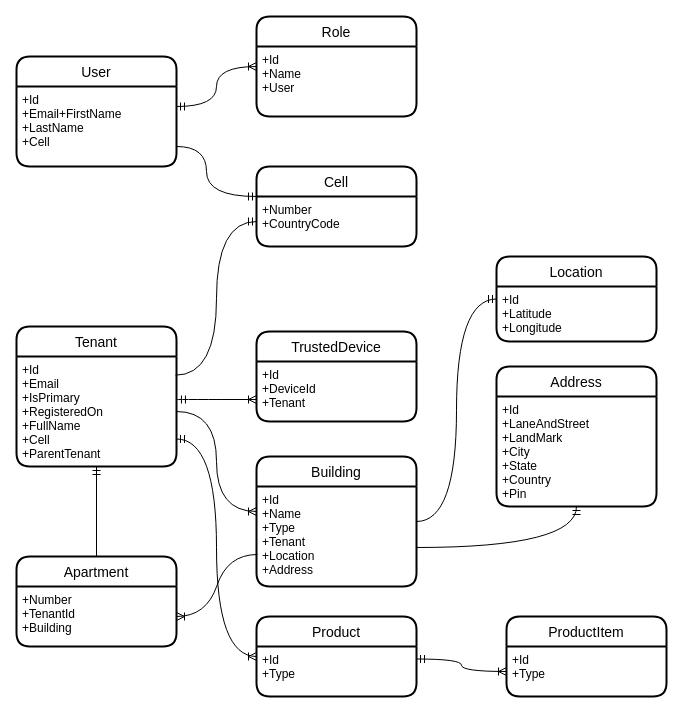
Before: page "DatabaseSchema" (10 of 10) of notes/ArchitecturalDiagrams.drawio in aniruddhand/ciot-capstone, a draw.io diagram. Source tidied: cells renumbered, new cells numbered last; positions are measured from the earlier drawing's top-left corner, leaving out a move shared by most shapes. Both pictures are drawn from the tidied source at 100%, with x=0, y=0 at pixel (16, 16).
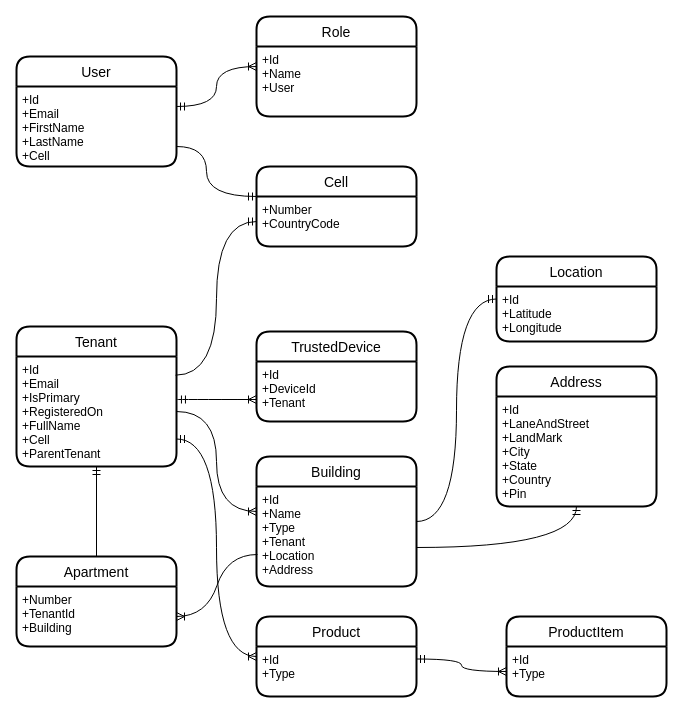
The same page after the edit.

Unchanged cells that the change refers to:
```xml
<mxCell id="4" value="User" style="swimlane;horizontal=1;startSize=30;rounded=1;fontSize=14;fontStyle=0;strokeWidth=2;shadow=0;dashed=0;align=center;" parent="1" vertex="1">
  <mxGeometry y="40" width="160" height="110" as="geometry" />
</mxCell>
```

Change to the diagram source:
```diff
@@
-    <mxCell id="5" value="+Id&#10;+Email+FirstName&#10;+LastName&#10;+Cell&#10;" style="align=left;strokeColor=none;fillColor=none;spacingLeft=4;fontSize=12;verticalAlign=top;" parent="4" vertex="1">
+    <mxCell id="5" value="+Id&#10;+Email&#10;+FirstName&#10;+LastName&#10;+Cell&#10;" style="align=left;strokeColor=none;fillColor=none;spacingLeft=4;fontSize=12;verticalAlign=top;" parent="4" vertex="1">
       <mxGeometry y="30" width="160" height="80" as="geometry" />
     </mxCell>
```
